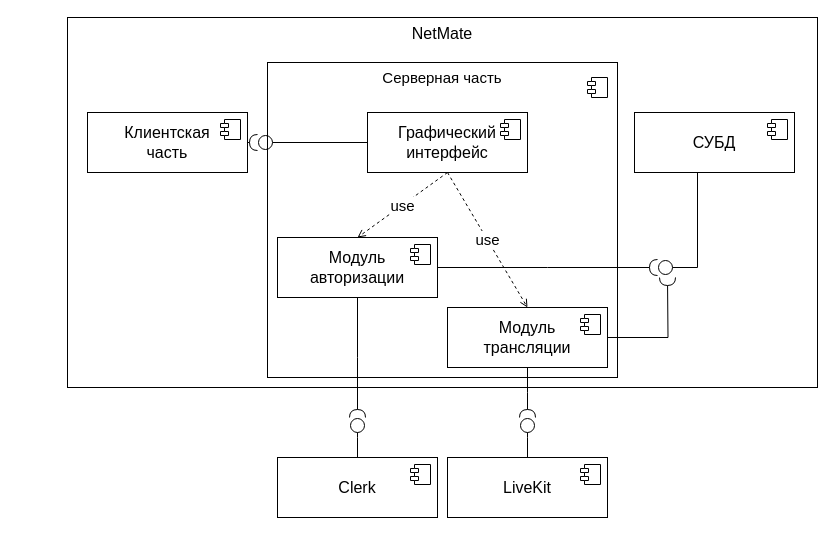
Before: page "Страница — 2" (2 of 3) of Курсовая Работа/Архитектура/Диаграмма компонентов.drawio in FaceMan01/Homework, a draw.io diagram. Source tidied: cells renumbered, new cells numbered last; positions are measured from the earlier drawing's top-left corner, leaving out a move shared by most shapes. Both pictures are drawn from the tidied source at 100%, with x=0, y=0 at pixel (67, 17).
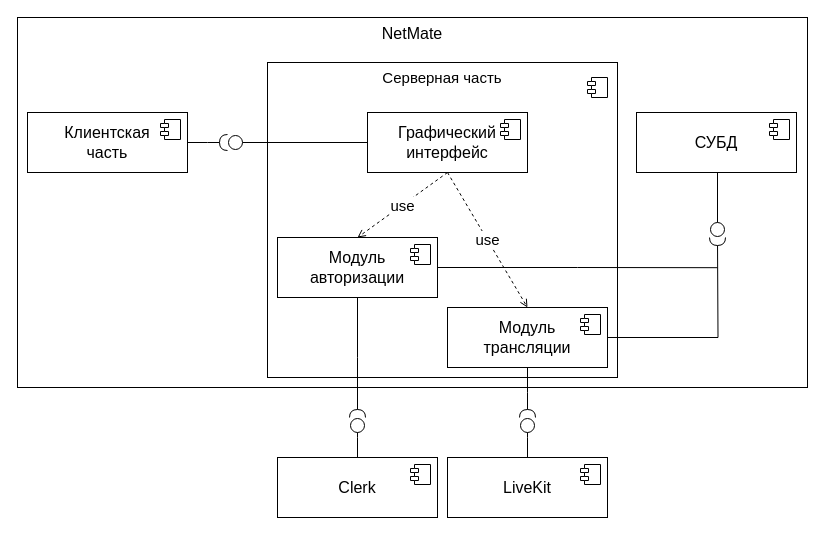
The same page after the edit.

The change refers to these unchanged cells:
```xml
<mxCell id="12" value="&lt;span style=&quot;font-size: 16px;&quot;&gt;Модуль&lt;br style=&quot;font-size: 16px;&quot;&gt;авторизации&lt;/span&gt;" style="html=1;whiteSpace=wrap;fontSize=16;fontStyle=0;" parent="1" vertex="1">
  <mxGeometry x="210" y="220" width="160" height="60" as="geometry" />
</mxCell>
<mxCell id="16" value="&lt;span style=&quot;font-size: 16px;&quot;&gt;Модуль &lt;br style=&quot;font-size: 16px;&quot;&gt;трансляции&lt;/span&gt;" style="html=1;whiteSpace=wrap;fontSize=16;fontStyle=0;" parent="1" vertex="1">
  <mxGeometry x="380" y="290" width="160" height="60" as="geometry" />
</mxCell>
<mxCell id="21" value="Графический&lt;br style=&quot;font-size: 16px;&quot;&gt;интерфейс" style="html=1;whiteSpace=wrap;fontSize=16;fontStyle=0;" parent="1" vertex="1">
  <mxGeometry x="300" y="95" width="160" height="60" as="geometry" />
</mxCell>
```

Change to the diagram source:
```diff
@@
     <mxCell id="2" value="&lt;font style=&quot;font-size: 16px;&quot;&gt;NetMate&lt;/font&gt;" style="rounded=0;whiteSpace=wrap;html=1;align=center;verticalAlign=top;labelPosition=center;verticalLabelPosition=middle;" parent="1" vertex="1">
-      <mxGeometry width="750" height="370" as="geometry" />
+      <mxGeometry x="-50" width="790" height="370" as="geometry" />
     </mxCell>
@@
     <mxCell id="4" style="edgeStyle=orthogonalEdgeStyle;rounded=0;jettySize=auto;html=1;exitX=1;exitY=0.5;exitDx=0;exitDy=0;endArrow=halfCircle;endFill=0;fontSize=16;" parent="1" edge="1" source="5">
       <mxGeometry relative="1" as="geometry">
-        <mxPoint x="190" y="125" as="targetPoint" />
+        <mxPoint x="160" y="125" as="targetPoint" />
       </mxGeometry>
     </mxCell>
     <mxCell id="5" value="&lt;span style=&quot;font-size: 16px;&quot;&gt;Клиентская&lt;br&gt;часть&lt;/span&gt;" style="html=1;whiteSpace=wrap;fontSize=16;fontStyle=0;" parent="1" vertex="1">
-      <mxGeometry x="20" y="95" width="160" height="60" as="geometry" />
+      <mxGeometry x="-40" y="95" width="160" height="60" as="geometry" />
     </mxCell>
@@
-    <mxCell id="7" style="edgeStyle=orthogonalEdgeStyle;rounded=0;jettySize=auto;html=1;exitX=0.25;exitY=1;exitDx=0;exitDy=0;endArrow=circle;endFill=0;" parent="1" edge="1" source="8">
-      <mxGeometry relative="1" as="geometry">
-        <mxPoint x="590" y="250" as="targetPoint" />
-        <Array as="points">
-          <mxPoint x="630" y="155" />
-          <mxPoint x="630" y="250" />
-        </Array>
-      </mxGeometry>
-    </mxCell>
+    <mxCell id="30" style="edgeStyle=orthogonalEdgeStyle;rounded=0;jettySize=auto;html=1;exitX=0.5;exitY=1;exitDx=0;exitDy=0;endArrow=circle;endFill=0;" parent="1" edge="1" source="8">
+      <mxGeometry relative="1" as="geometry">
+        <mxPoint x="650" y="220" as="targetPoint" />
+        <Array as="points">
+          <mxPoint x="650" y="155" />
+        </Array>
+      </mxGeometry>
+    </mxCell>
     <mxCell id="8" value="&lt;span style=&quot;font-size: 16px;&quot;&gt;СУБД&lt;/span&gt;" style="html=1;whiteSpace=wrap;fontSize=16;fontStyle=0;" parent="1" vertex="1">
-      <mxGeometry x="567" y="95" width="160" height="60" as="geometry" />
+      <mxGeometry x="569" y="95" width="160" height="60" as="geometry" />
     </mxCell>
@@
-    <mxCell id="11" style="edgeStyle=orthogonalEdgeStyle;rounded=0;jettySize=auto;html=1;exitX=1;exitY=0.5;exitDx=0;exitDy=0;endArrow=halfCircle;endFill=0;" parent="1" edge="1" source="12">
-      <mxGeometry relative="1" as="geometry">
-        <mxPoint x="590" y="250" as="targetPoint" />
-      </mxGeometry>
-    </mxCell>
+    <mxCell id="31" style="edgeStyle=orthogonalEdgeStyle;rounded=0;jettySize=auto;html=1;exitX=1;exitY=0.5;exitDx=0;exitDy=0;endArrow=none;endFill=0;" parent="1" edge="1" source="12">
+      <mxGeometry relative="1" as="geometry">
+        <mxPoint x="650" y="250.2" as="targetPoint" />
+      </mxGeometry>
+    </mxCell>
@@
-    <mxCell id="15" style="edgeStyle=orthogonalEdgeStyle;rounded=0;jettySize=auto;html=1;exitX=1;exitY=0.5;exitDx=0;exitDy=0;endArrow=halfCircle;endFill=0;" parent="1" edge="1" source="16">
-      <mxGeometry relative="1" as="geometry">
-        <mxPoint x="600" y="260" as="targetPoint" />
-      </mxGeometry>
-    </mxCell>
+    <mxCell id="32" style="edgeStyle=orthogonalEdgeStyle;rounded=0;jettySize=auto;html=1;exitX=1;exitY=0.5;exitDx=0;exitDy=0;endArrow=halfCircle;endFill=0;" parent="1" edge="1" source="16">
+      <mxGeometry relative="1" as="geometry">
+        <mxPoint x="650" y="220" as="targetPoint" />
+      </mxGeometry>
+    </mxCell>
@@
     <mxCell id="18" style="edgeStyle=orthogonalEdgeStyle;rounded=0;jettySize=auto;html=1;exitX=0;exitY=0.5;exitDx=0;exitDy=0;endArrow=circle;endFill=0;fontSize=16;" parent="1" edge="1" source="21">
       <mxGeometry relative="1" as="geometry">
-        <mxPoint x="190" y="125" as="targetPoint" />
+        <mxPoint x="160" y="125" as="targetPoint" />
       </mxGeometry>
     </mxCell>
```
